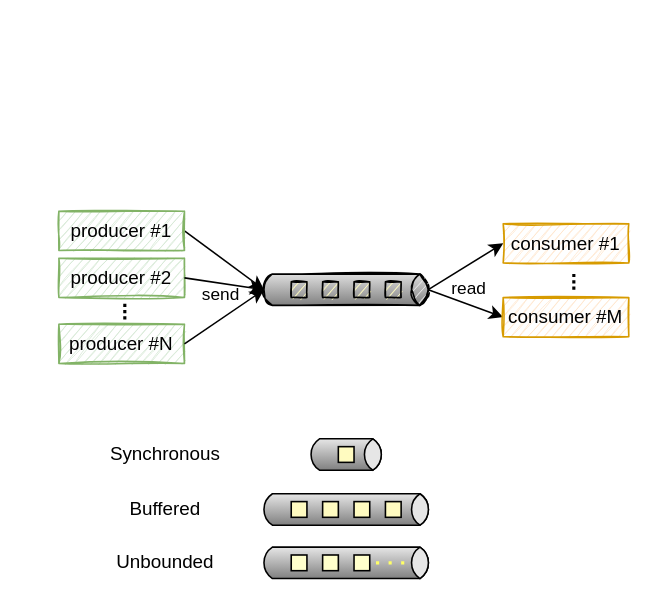
Earlier version of the draw.io diagram page "Page-1" (1 of 2) of docs/content/res/schemas/diagrams.drawio (tassiluca/direct-style-experiments). Source tidied: cells renumbered, new cells numbered last; positions are measured from the earlier drawing's top-left corner, leaving out a move shared by most shapes. Both pictures are drawn from the tidied source at 157%, with x=0, y=0 at pixel (58, 210).
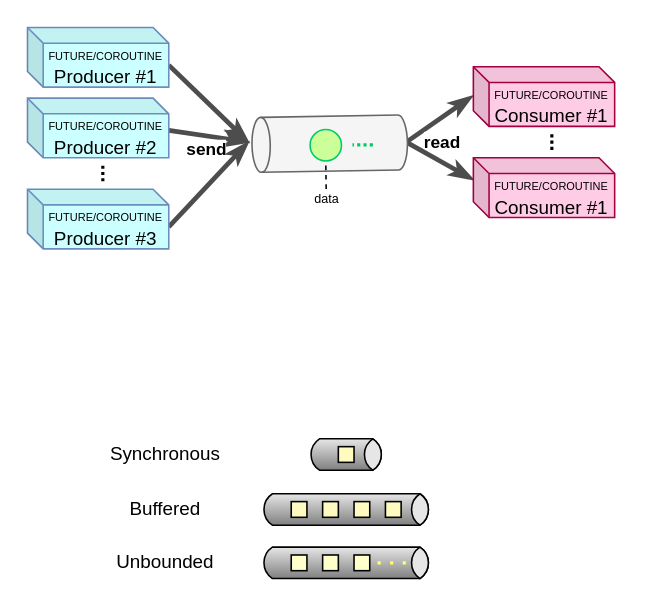
Above is the later version.

The edit, as a diff of the source:
```diff
@@
-    <mxCell id="2" style="strokeWidth=1;outlineConnect=0;dashed=0;align=center;html=1;fontSize=8;shape=mxgraph.eip.dataChannel;verticalLabelPosition=bottom;verticalAlign=top;sketch=1;" parent="1" vertex="1">
-      <mxGeometry x="128" y="40" width="110" height="20" as="geometry" />
-    </mxCell>
+    <mxCell id="15" style="endArrow=classicThin;html=1;rounded=1;sketch=0;curved=0;entryX=0;entryY=0.5;entryDx=2.7;entryDy=0;entryPerimeter=0;exitX=1;exitY=0.5;exitDx=0;exitDy=0;strokeColor=#4D4D4D;strokeWidth=3;endFill=1;" parent="1" edge="1">
+      <mxGeometry relative="1" as="geometry">
+        <mxPoint x="70" y="-51.5" as="sourcePoint" />
+        <mxPoint x="120.7" y="-44" as="targetPoint" />
+      </mxGeometry>
+    </mxCell>
-    <mxCell id="3" style="endArrow=classic;html=1;rounded=1;sketch=0;curved=0;entryX=0;entryY=0.5;entryDx=2.7;entryDy=0;entryPerimeter=0;exitX=1;exitY=0.5;exitDx=0;exitDy=0;" parent="1" edge="1" source="5" target="2">
-      <mxGeometry relative="1" as="geometry" />
+    <mxCell id="3" style="endArrow=classicThin;html=1;rounded=1;sketch=0;curved=0;entryX=0;entryY=0.5;entryDx=2.7;entryDy=0;entryPerimeter=0;exitX=0;exitY=0;exitDx=90;exitDy=24;exitPerimeter=0;strokeColor=#4D4D4D;strokeWidth=3;endFill=1;" parent="1" edge="1" source="27">
+      <mxGeometry relative="1" as="geometry">
+        <mxPoint x="120.7" y="-44" as="targetPoint" />
+      </mxGeometry>
     </mxCell>
-    <mxCell id="4" value="send" style="edgeLabel;html=1;align=center;verticalAlign=middle;" parent="3" vertex="1">
+    <mxCell id="4" value="&lt;b&gt;send&lt;/b&gt;" style="edgeLabel;html=1;align=center;verticalAlign=middle;labelBackgroundColor=#FFFFFF;" parent="3" vertex="1">
       <mxGeometry x="-0.1" y="-1" relative="1" as="geometry">
-        <mxPoint x="1" y="23" as="offset" />
+        <mxPoint x="1" y="31" as="offset" />
       </mxGeometry>
     </mxCell>
-    <mxCell id="5" value="producer #1" style="rounded=0;whiteSpace=wrap;html=1;sketch=1;fillColor=#d5e8d4;strokeColor=#82b366;" parent="1" vertex="1">
-      <mxGeometry width="80" height="25" as="geometry" />
-    </mxCell>
-    <mxCell id="6" value="consumer #1" style="rounded=0;whiteSpace=wrap;html=1;sketch=1;fillColor=#ffe6cc;strokeColor=#d79b00;" parent="1" vertex="1">
-      <mxGeometry x="283" y="8" width="80" height="25" as="geometry" />
-    </mxCell>
-    <mxCell id="7" style="endArrow=classic;html=1;rounded=1;sketch=0;curved=0;entryX=0;entryY=0.5;entryDx=0;entryDy=0;exitX=1;exitY=0.5;exitDx=-2.7;exitDy=0;exitPerimeter=0;" parent="1" edge="1" source="2" target="6">
-      <mxGeometry relative="1" as="geometry" />
+    <mxCell id="7" style="endArrow=classicThin;html=1;rounded=1;sketch=0;curved=0;entryX=-0.005;entryY=0.489;entryDx=0;entryDy=0;exitX=1;exitY=0.5;exitDx=-2.7;exitDy=0;exitPerimeter=0;entryPerimeter=0;strokeColor=#4D4D4D;strokeWidth=3;endFill=1;" parent="1" edge="1" target="30">
+      <mxGeometry relative="1" as="geometry">
+        <mxPoint x="221.3" y="-44" as="sourcePoint" />
+      </mxGeometry>
     </mxCell>
-    <mxCell id="8" value="read" style="edgeLabel;html=1;align=center;verticalAlign=middle;" parent="7" vertex="1">
+    <mxCell id="8" value="&lt;b&gt;read&lt;/b&gt;" style="edgeLabel;html=1;align=center;verticalAlign=middle;" parent="7" vertex="1">
       <mxGeometry x="-0.1" y="-1" relative="1" as="geometry">
-        <mxPoint x="3" y="11" as="offset" />
+        <mxPoint x="3" y="12" as="offset" />
       </mxGeometry>
     </mxCell>
-    <mxCell id="9" style="rounded=0;sketch=0;jettySize=auto;html=1;exitX=0;exitY=0.5;exitDx=0;exitDy=0;entryX=1;entryY=0.5;entryDx=-2.7;entryDy=0;entryPerimeter=0;startArrow=classic;startFill=1;endArrow=none;endFill=0;" parent="1" edge="1" source="10" target="2">
-      <mxGeometry relative="1" as="geometry" />
+    <mxCell id="9" style="rounded=0;sketch=0;jettySize=auto;html=1;exitX=0;exitY=0;exitDx=0;exitDy=14;entryX=1;entryY=0.5;entryDx=-2.7;entryDy=0;entryPerimeter=0;startArrow=classicThin;startFill=1;endArrow=none;endFill=0;exitPerimeter=0;strokeColor=#4D4D4D;strokeWidth=3;" parent="1" edge="1" source="31">
+      <mxGeometry relative="1" as="geometry">
+        <mxPoint x="221.3" y="-44" as="targetPoint" />
+      </mxGeometry>
     </mxCell>
-    <mxCell id="10" value="consumer #M" style="rounded=0;whiteSpace=wrap;html=1;sketch=1;fillColor=#ffe6cc;strokeColor=#d79b00;" parent="1" vertex="1">
-      <mxGeometry x="283" y="55" width="80" height="25" as="geometry" />
-    </mxCell>
     <mxCell id="11" style="endArrow=none;dashed=1;html=1;rounded=0;sketch=0;dashPattern=1 1;strokeWidth=2;" parent="1" edge="1">
       <mxGeometry relative="1" as="geometry">
-        <mxPoint x="328" y="40" as="sourcePoint" />
-        <mxPoint x="328" y="50" as="targetPoint" />
+        <mxPoint x="314" y="-49" as="sourcePoint" />
+        <mxPoint x="314" y="-39" as="targetPoint" />
       </mxGeometry>
     </mxCell>
-    <mxCell id="12" value="producer #2" style="rounded=0;whiteSpace=wrap;html=1;sketch=1;fillColor=#d5e8d4;strokeColor=#82b366;" parent="1" vertex="1">
-      <mxGeometry y="30" width="80" height="25" as="geometry" />
-    </mxCell>
-    <mxCell id="13" value="producer #N" style="rounded=0;whiteSpace=wrap;html=1;sketch=1;fillColor=#d5e8d4;strokeColor=#82b366;" parent="1" vertex="1">
-      <mxGeometry y="72" width="80" height="25" as="geometry" />
-    </mxCell>
     <mxCell id="14" style="endArrow=none;dashed=1;html=1;rounded=0;sketch=0;dashPattern=1 1;strokeWidth=2;" parent="1" edge="1">
       <mxGeometry relative="1" as="geometry">
-        <mxPoint x="42" y="59" as="sourcePoint" />
-        <mxPoint x="42" y="69" as="targetPoint" />
+        <mxPoint x="28" y="-29" as="sourcePoint" />
+        <mxPoint x="28" y="-19" as="targetPoint" />
       </mxGeometry>
     </mxCell>
-    <mxCell id="15" style="endArrow=classic;html=1;rounded=1;sketch=0;curved=0;entryX=0;entryY=0.5;entryDx=2.7;entryDy=0;entryPerimeter=0;exitX=1;exitY=0.5;exitDx=0;exitDy=0;" parent="1" edge="1" source="12" target="2">
-      <mxGeometry relative="1" as="geometry" />
-    </mxCell>
-    <mxCell id="16" style="endArrow=classic;html=1;rounded=1;sketch=0;curved=0;entryX=0;entryY=0.5;entryDx=2.7;entryDy=0;entryPerimeter=0;exitX=1;exitY=0.5;exitDx=0;exitDy=0;" parent="1" edge="1" source="13" target="2">
-      <mxGeometry relative="1" as="geometry" />
+    <mxCell id="16" style="endArrow=classicThin;html=1;rounded=1;sketch=0;curved=0;entryX=0;entryY=0.5;entryDx=2.7;entryDy=0;entryPerimeter=0;exitX=0;exitY=0;exitDx=90;exitDy=24;exitPerimeter=0;strokeColor=#4D4D4D;strokeWidth=3;endFill=1;" parent="1" edge="1" source="29">
+      <mxGeometry relative="1" as="geometry">
+        <mxPoint x="120.7" y="-44" as="targetPoint" />
+      </mxGeometry>
     </mxCell>
@@
     <mxCell id="25" style="endArrow=none;dashed=1;html=1;dashPattern=1 3;strokeWidth=2;rounded=0;strokeColor=#FFFF66;" parent="1" edge="1">
       <mxGeometry relative="1" as="geometry">
-        <mxPoint x="220" y="224" as="sourcePoint" />
-        <mxPoint x="200" y="224" as="targetPoint" />
+        <mxPoint x="221" y="224" as="sourcePoint" />
+        <mxPoint x="201" y="224" as="targetPoint" />
       </mxGeometry>
     </mxCell>
@@
+    <mxCell id="27" value="&lt;font style=&quot;font-size: 7px;&quot;&gt;FUTURE/COROUTINE&lt;br&gt;&lt;/font&gt;Producer #1" style="shape=cube;whiteSpace=wrap;html=1;boundedLbl=1;backgroundOutline=1;darkOpacity=0.05;darkOpacity2=0.1;size=10;fillColor=#CCFFFF;strokeColor=#6c8ebf;" parent="1" vertex="1">
+      <mxGeometry x="-20" y="-117" width="90" height="38" as="geometry" />
+    </mxCell>
+    <mxCell id="28" value="&lt;font style=&quot;font-size: 7px;&quot;&gt;FUTURE/COROUTINE&lt;br style=&quot;&quot;&gt;&lt;/font&gt;Producer #2" style="shape=cube;whiteSpace=wrap;html=1;boundedLbl=1;backgroundOutline=1;darkOpacity=0.05;darkOpacity2=0.1;size=10;fillColor=#CCFFFF;strokeColor=#6c8ebf;" parent="1" vertex="1">
+      <mxGeometry x="-20" y="-72" width="90" height="38" as="geometry" />
+    </mxCell>
+    <mxCell id="29" value="&lt;font style=&quot;font-size: 7px;&quot;&gt;FUTURE/COROUTINE&lt;br style=&quot;border-color: var(--border-color);&quot;&gt;&lt;/font&gt;Producer #3" style="shape=cube;whiteSpace=wrap;html=1;boundedLbl=1;backgroundOutline=1;darkOpacity=0.05;darkOpacity2=0.1;size=10;fillColor=#CCFFFF;strokeColor=#6c8ebf;" parent="1" vertex="1">
+      <mxGeometry x="-20" y="-14" width="90" height="38" as="geometry" />
+    </mxCell>
+    <mxCell id="30" value="&lt;font style=&quot;&quot; color=&quot;#000000&quot;&gt;&lt;span style=&quot;font-size: 7px;&quot;&gt;FUTURE/COROUTINE&lt;/span&gt;&lt;br style=&quot;border-color: var(--border-color); font-size: 7px;&quot;&gt;&lt;font style=&quot;font-size: 12px;&quot;&gt;Consumer #1&lt;/font&gt;&lt;/font&gt;" style="shape=cube;whiteSpace=wrap;html=1;boundedLbl=1;backgroundOutline=1;darkOpacity=0.05;darkOpacity2=0.1;size=10;fillColor=#FFCCE6;strokeColor=#A50040;fontColor=#ffffff;" parent="1" vertex="1">
+      <mxGeometry x="264" y="-92" width="90" height="38" as="geometry" />
+    </mxCell>
+    <mxCell id="31" value="&lt;font color=&quot;#000000&quot; style=&quot;font-size: 7px;&quot;&gt;FUTURE/COROUTINE&lt;br style=&quot;border-color: var(--border-color);&quot;&gt;&lt;/font&gt;&lt;font color=&quot;#000000&quot;&gt;Consumer #1&lt;/font&gt;" style="shape=cube;whiteSpace=wrap;html=1;boundedLbl=1;backgroundOutline=1;darkOpacity=0.05;darkOpacity2=0.1;size=10;fillColor=#FFCCE6;strokeColor=#A50040;fontColor=#ffffff;" parent="1" vertex="1">
+      <mxGeometry x="264" y="-34" width="90" height="38" as="geometry" />
+    </mxCell>
+    <mxCell id="32" style="endArrow=none;dashed=1;html=1;dashPattern=1 3;strokeWidth=2;rounded=0;strokeColor=#FFFF66;" parent="1" edge="1">
+      <mxGeometry relative="1" as="geometry">
+        <mxPoint x="211" y="-44" as="sourcePoint" />
+        <mxPoint x="191" y="-44" as="targetPoint" />
+      </mxGeometry>
+    </mxCell>
+    <mxCell id="33" style="shape=cylinder3;whiteSpace=wrap;html=1;boundedLbl=1;backgroundOutline=1;size=5.816705279156395;rotation=-91;fillColor=#f5f5f5;strokeColor=#666666;fontColor=#333333;" parent="1" vertex="1">
+      <mxGeometry x="155" y="-92.5" width="35" height="99" as="geometry" />
+    </mxCell>
+    <mxCell id="34" style="endArrow=none;dashed=1;html=1;rounded=0;sketch=0;dashPattern=1 1;strokeWidth=2;strokeColor=#00CC66;" parent="1" edge="1">
+      <mxGeometry relative="1" as="geometry">
+        <mxPoint x="200" y="-42.2" as="sourcePoint" />
+        <mxPoint x="187" y="-42.2" as="targetPoint" />
+      </mxGeometry>
+    </mxCell>
+    <mxCell id="35" style="ellipse;whiteSpace=wrap;html=1;fillColor=#CCFF99;strokeColor=#00CC66;fontColor=#ffffff;" parent="1" vertex="1">
+      <mxGeometry x="160" y="-52" width="20" height="20" as="geometry" />
+    </mxCell>
+    <mxCell id="36" style="endArrow=none;html=1;rounded=0;entryX=0.5;entryY=1;entryDx=0;entryDy=0;dashed=1;endFill=0;exitX=0.5;exitY=0;exitDx=0;exitDy=0;" parent="1" edge="1" source="37" target="35">
+      <mxGeometry relative="1" as="geometry" />
+    </mxCell>
+    <mxCell id="37" value="&lt;font style=&quot;font-size: 8px;&quot;&gt;data&lt;/font&gt;" style="text;html=1;align=center;verticalAlign=middle;whiteSpace=wrap;rounded=0;" parent="1" vertex="1">
+      <mxGeometry x="152.5" y="-14.1" width="35.5" height="10.1" as="geometry" />
+    </mxCell>
```
